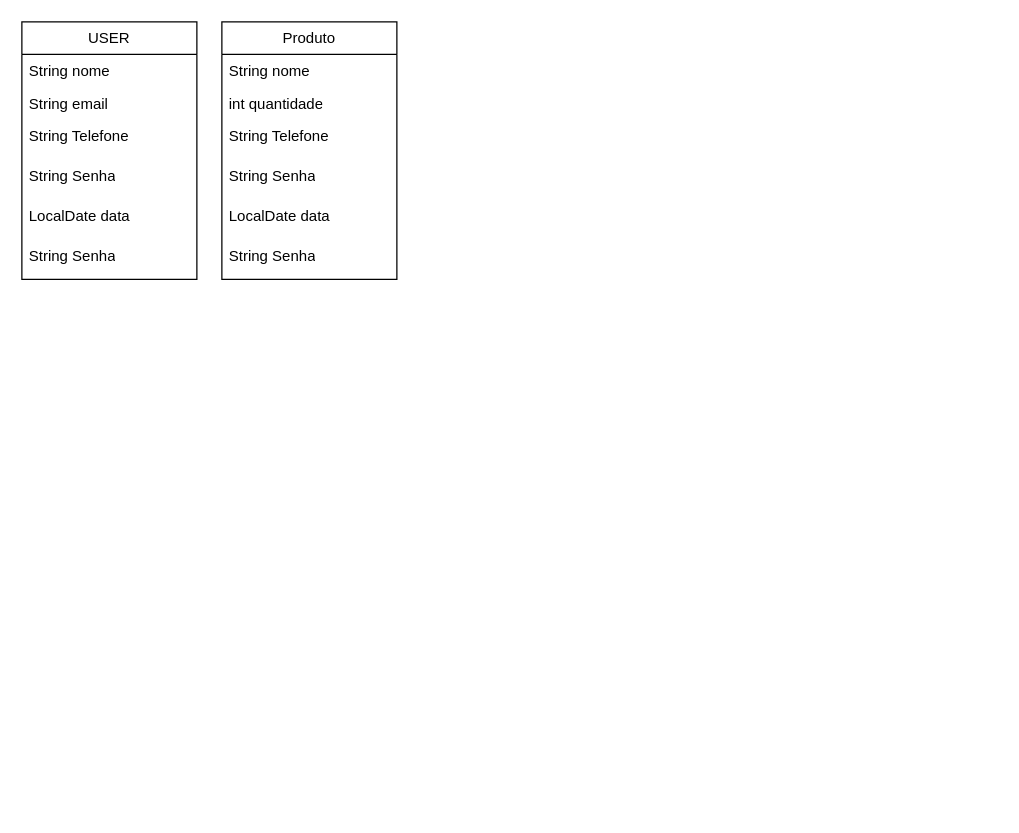
Earlier version of the draw.io diagram Projeto Venda.drawio (AdsonFreireVieira/Cadastro_Produto_Empresa_NPlastic). Source tidied: cells renumbered, new cells numbered last; positions are measured from the earlier drawing's top-left corner, leaving out a move shared by most shapes. Both pictures are drawn from the tidied source at 125%, with x=0, y=0 at pixel (21, 21).
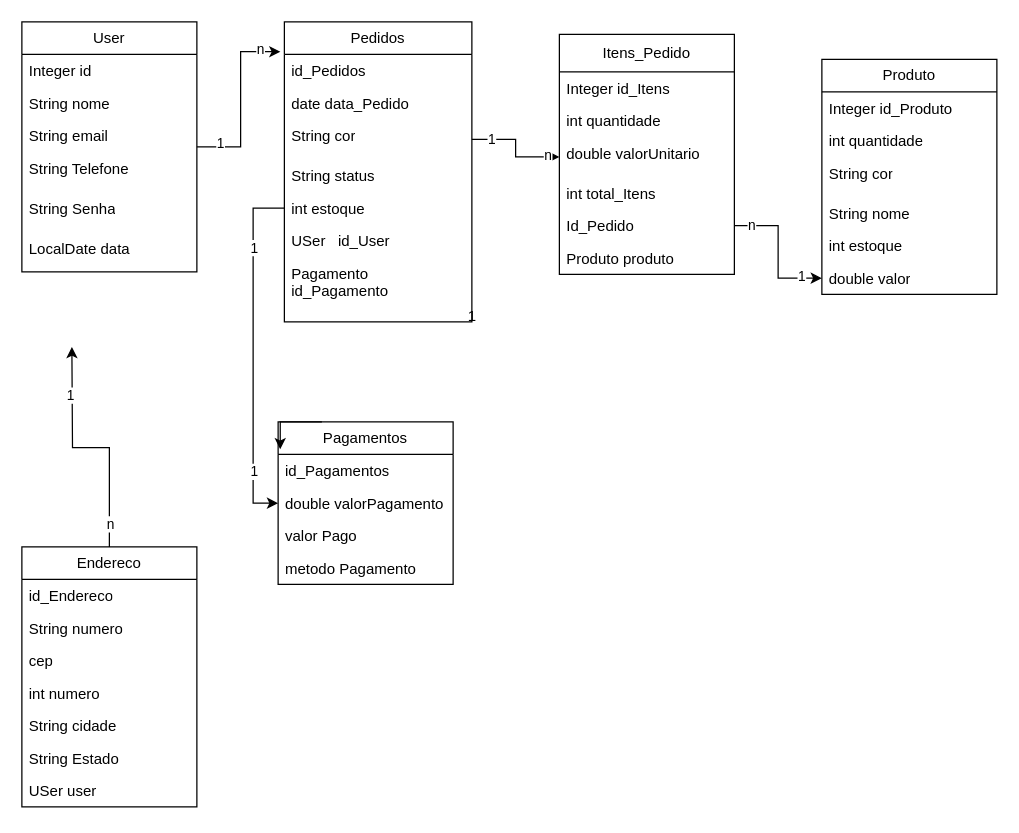
The same diagram, later.

Diff of the diagram source:
```diff
@@
-    <mxCell id="2" value="USER" style="swimlane;fontStyle=0;horizontal=1;startSize=26;fillColor=none;whiteSpace=wrap;html=1;" parent="1" vertex="1">
-      <mxGeometry width="140" height="206" as="geometry" />
+    <mxCell id="2" value="User" style="swimlane;fontStyle=0;horizontal=1;startSize=26;fillColor=none;whiteSpace=wrap;html=1;" parent="1" vertex="1">
+      <mxGeometry width="140" height="200" as="geometry" />
     </mxCell>
+    <mxCell id="16" value="Integer id" style="text;strokeColor=none;fillColor=none;align=left;verticalAlign=top;spacingLeft=4;spacingRight=4;overflow=hidden;whiteSpace=wrap;html=1;" parent="2" vertex="1">
+      <mxGeometry y="26" width="140" height="26" as="geometry" />
+    </mxCell>
     <mxCell id="3" value="String nome" style="text;strokeColor=none;fillColor=none;align=left;verticalAlign=top;spacingLeft=4;spacingRight=4;overflow=hidden;whiteSpace=wrap;html=1;" parent="2" vertex="1">
-      <mxGeometry y="26" width="140" height="26" as="geometry" />
+      <mxGeometry y="52" width="140" height="26" as="geometry" />
     </mxCell>
     <mxCell id="4" value="String email" style="text;strokeColor=none;fillColor=none;align=left;verticalAlign=top;spacingLeft=4;spacingRight=4;overflow=hidden;whiteSpace=wrap;html=1;" parent="2" vertex="1">
-      <mxGeometry y="52" width="140" height="26" as="geometry" />
+      <mxGeometry y="78" width="140" height="26" as="geometry" />
     </mxCell>
     <mxCell id="5" value="String Telefone&lt;div&gt;&lt;br&gt;&lt;/div&gt;" style="text;strokeColor=none;fillColor=none;align=left;verticalAlign=top;spacingLeft=4;spacingRight=4;overflow=hidden;whiteSpace=wrap;html=1;" parent="2" vertex="1">
-      <mxGeometry y="78" width="140" height="32" as="geometry" />
+      <mxGeometry y="104" width="140" height="32" as="geometry" />
     </mxCell>
     <mxCell id="6" value="String Senha&lt;div&gt;&lt;br&gt;&lt;div&gt;&lt;br&gt;&lt;/div&gt;&lt;/div&gt;" style="text;strokeColor=none;fillColor=none;align=left;verticalAlign=top;spacingLeft=4;spacingRight=4;overflow=hidden;whiteSpace=wrap;html=1;" parent="2" vertex="1">
-      <mxGeometry y="110" width="140" height="32" as="geometry" />
+      <mxGeometry y="136" width="140" height="32" as="geometry" />
     </mxCell>
     <mxCell id="7" value="&lt;div&gt;LocalDate data&lt;br&gt;&lt;div&gt;&lt;br&gt;&lt;/div&gt;&lt;/div&gt;" style="text;strokeColor=none;fillColor=none;align=left;verticalAlign=top;spacingLeft=4;spacingRight=4;overflow=hidden;whiteSpace=wrap;html=1;" parent="2" vertex="1">
-      <mxGeometry y="142" width="140" height="32" as="geometry" />
+      <mxGeometry y="168" width="140" height="32" as="geometry" />
     </mxCell>
-    <mxCell id="8" value="String Senha&lt;div&gt;&lt;br&gt;&lt;div&gt;&lt;br&gt;&lt;/div&gt;&lt;/div&gt;" style="text;strokeColor=none;fillColor=none;align=left;verticalAlign=top;spacingLeft=4;spacingRight=4;overflow=hidden;whiteSpace=wrap;html=1;" parent="2" vertex="1">
-      <mxGeometry y="174" width="140" height="32" as="geometry" />
-    </mxCell>
     <mxCell id="9" value="Produto" style="swimlane;fontStyle=0;horizontal=1;startSize=26;fillColor=none;whiteSpace=wrap;html=1;" parent="1" vertex="1">
-      <mxGeometry x="160" width="140" height="206" as="geometry" />
+      <mxGeometry x="640" y="30" width="140" height="188" as="geometry" />
     </mxCell>
-    <mxCell id="10" value="String nome" style="text;strokeColor=none;fillColor=none;align=left;verticalAlign=top;spacingLeft=4;spacingRight=4;overflow=hidden;whiteSpace=wrap;html=1;" parent="9" vertex="1">
+    <mxCell id="10" value="Integer id_Produto" style="text;strokeColor=none;fillColor=none;align=left;verticalAlign=top;spacingLeft=4;spacingRight=4;overflow=hidden;whiteSpace=wrap;html=1;" parent="9" vertex="1">
       <mxGeometry y="26" width="140" height="26" as="geometry" />
     </mxCell>
@@
-    <mxCell id="12" value="String Telefone&lt;div&gt;&lt;br&gt;&lt;/div&gt;" style="text;strokeColor=none;fillColor=none;align=left;verticalAlign=top;spacingLeft=4;spacingRight=4;overflow=hidden;whiteSpace=wrap;html=1;" parent="9" vertex="1">
+    <mxCell id="12" value="String cor" style="text;strokeColor=none;fillColor=none;align=left;verticalAlign=top;spacingLeft=4;spacingRight=4;overflow=hidden;whiteSpace=wrap;html=1;" parent="9" vertex="1">
       <mxGeometry y="78" width="140" height="32" as="geometry" />
     </mxCell>
-    <mxCell id="13" value="String Senha&lt;div&gt;&lt;br&gt;&lt;div&gt;&lt;br&gt;&lt;/div&gt;&lt;/div&gt;" style="text;strokeColor=none;fillColor=none;align=left;verticalAlign=top;spacingLeft=4;spacingRight=4;overflow=hidden;whiteSpace=wrap;html=1;" parent="9" vertex="1">
-      <mxGeometry y="110" width="140" height="32" as="geometry" />
-    </mxCell>
-    <mxCell id="14" value="&lt;div&gt;LocalDate data&lt;br&gt;&lt;div&gt;&lt;br&gt;&lt;/div&gt;&lt;/div&gt;" style="text;strokeColor=none;fillColor=none;align=left;verticalAlign=top;spacingLeft=4;spacingRight=4;overflow=hidden;whiteSpace=wrap;html=1;" parent="9" vertex="1">
-      <mxGeometry y="142" width="140" height="32" as="geometry" />
-    </mxCell>
-    <mxCell id="15" value="String Senha&lt;div&gt;&lt;br&gt;&lt;div&gt;&lt;br&gt;&lt;/div&gt;&lt;/div&gt;" style="text;strokeColor=none;fillColor=none;align=left;verticalAlign=top;spacingLeft=4;spacingRight=4;overflow=hidden;whiteSpace=wrap;html=1;" parent="9" vertex="1">
-      <mxGeometry y="174" width="140" height="32" as="geometry" />
-    </mxCell>
+    <mxCell id="17" value="String nome" style="text;strokeColor=none;fillColor=none;align=left;verticalAlign=top;spacingLeft=4;spacingRight=4;overflow=hidden;whiteSpace=wrap;html=1;" parent="9" vertex="1">
+      <mxGeometry y="110" width="140" height="26" as="geometry" />
+    </mxCell>
+    <mxCell id="18" value="int estoque" style="text;strokeColor=none;fillColor=none;align=left;verticalAlign=top;spacingLeft=4;spacingRight=4;overflow=hidden;whiteSpace=wrap;html=1;" parent="9" vertex="1">
+      <mxGeometry y="136" width="140" height="26" as="geometry" />
+    </mxCell>
+    <mxCell id="19" value="double valor&lt;div&gt;&lt;br&gt;&lt;/div&gt;" style="text;strokeColor=none;fillColor=none;align=left;verticalAlign=top;spacingLeft=4;spacingRight=4;overflow=hidden;points=[[0,0.5],[1,0.5]];portConstraint=eastwest;whiteSpace=wrap;html=1;" parent="9" vertex="1">
+      <mxGeometry y="162" width="140" height="26" as="geometry" />
+    </mxCell>
+    <mxCell id="20" value="Pedidos" style="swimlane;fontStyle=0;horizontal=1;startSize=26;fillColor=none;whiteSpace=wrap;html=1;" parent="1" vertex="1">
+      <mxGeometry x="210" width="150" height="240" as="geometry" />
+    </mxCell>
+    <mxCell id="21" value="id_Pedidos" style="text;strokeColor=none;fillColor=none;align=left;verticalAlign=top;spacingLeft=4;spacingRight=4;overflow=hidden;points=[[0,0.5],[1,0.5]];portConstraint=eastwest;whiteSpace=wrap;html=1;" parent="20" vertex="1">
+      <mxGeometry y="26" width="150" height="26" as="geometry" />
+    </mxCell>
+    <mxCell id="22" value="date data_Pedido" style="text;strokeColor=none;fillColor=none;align=left;verticalAlign=top;spacingLeft=4;spacingRight=4;overflow=hidden;whiteSpace=wrap;html=1;" parent="20" vertex="1">
+      <mxGeometry y="52" width="150" height="26" as="geometry" />
+    </mxCell>
+    <mxCell id="23" value="String cor" style="text;strokeColor=none;fillColor=none;align=left;verticalAlign=top;spacingLeft=4;spacingRight=4;overflow=hidden;points=[[0,0.5],[1,0.5]];portConstraint=eastwest;whiteSpace=wrap;html=1;" parent="20" vertex="1">
+      <mxGeometry y="78" width="150" height="32" as="geometry" />
+    </mxCell>
+    <mxCell id="24" value="String status" style="text;strokeColor=none;fillColor=none;align=left;verticalAlign=top;spacingLeft=4;spacingRight=4;overflow=hidden;whiteSpace=wrap;html=1;" parent="20" vertex="1">
+      <mxGeometry y="110" width="150" height="26" as="geometry" />
+    </mxCell>
+    <mxCell id="25" value="int estoque" style="text;strokeColor=none;fillColor=none;align=left;verticalAlign=top;spacingLeft=4;spacingRight=4;overflow=hidden;points=[[0,0.5],[1,0.5]];portConstraint=eastwest;whiteSpace=wrap;html=1;" parent="20" vertex="1">
+      <mxGeometry y="136" width="150" height="26" as="geometry" />
+    </mxCell>
+    <mxCell id="26" value="USer&amp;nbsp; &amp;nbsp;id_User" style="text;strokeColor=none;fillColor=none;align=left;verticalAlign=top;spacingLeft=4;spacingRight=4;overflow=hidden;whiteSpace=wrap;html=1;" parent="20" vertex="1">
+      <mxGeometry y="162" width="150" height="26" as="geometry" />
+    </mxCell>
+    <mxCell id="27" value="Pagamento id_Pagamento" style="text;strokeColor=none;fillColor=none;align=left;verticalAlign=top;spacingLeft=4;spacingRight=4;overflow=hidden;whiteSpace=wrap;html=1;" parent="20" vertex="1">
+      <mxGeometry y="188" width="150" height="52" as="geometry" />
+    </mxCell>
+    <mxCell id="28" value="Pagamentos" style="swimlane;fontStyle=0;horizontal=1;startSize=26;fillColor=none;whiteSpace=wrap;html=1;" parent="1" vertex="1">
+      <mxGeometry x="205" y="320" width="140" height="130" as="geometry" />
+    </mxCell>
+    <mxCell id="29" value="id_Pagamentos" style="text;strokeColor=none;fillColor=none;align=left;verticalAlign=top;spacingLeft=4;spacingRight=4;overflow=hidden;whiteSpace=wrap;html=1;" parent="28" vertex="1">
+      <mxGeometry y="26" width="140" height="26" as="geometry" />
+    </mxCell>
+    <mxCell id="30" value="double valorPagamento" style="text;strokeColor=none;fillColor=none;align=left;verticalAlign=top;spacingLeft=4;spacingRight=4;overflow=hidden;points=[[0,0.5],[1,0.5]];portConstraint=eastwest;whiteSpace=wrap;html=1;" parent="28" vertex="1">
+      <mxGeometry y="52" width="140" height="26" as="geometry" />
+    </mxCell>
+    <mxCell id="31" value="valor Pago" style="text;strokeColor=none;fillColor=none;align=left;verticalAlign=top;spacingLeft=4;spacingRight=4;overflow=hidden;whiteSpace=wrap;html=1;" parent="28" vertex="1">
+      <mxGeometry y="78" width="140" height="26" as="geometry" />
+    </mxCell>
+    <mxCell id="32" value="metodo Pagamento" style="text;strokeColor=none;fillColor=none;align=left;verticalAlign=top;spacingLeft=4;spacingRight=4;overflow=hidden;whiteSpace=wrap;html=1;" parent="28" vertex="1">
+      <mxGeometry y="104" width="140" height="26" as="geometry" />
+    </mxCell>
+    <mxCell id="33" style="edgeStyle=orthogonalEdgeStyle;rounded=0;orthogonalLoop=1;jettySize=auto;html=1;exitX=0.25;exitY=0;exitDx=0;exitDy=0;entryX=0.012;entryY=0.169;entryDx=0;entryDy=0;entryPerimeter=0;" parent="1" edge="1" source="28" target="28">
+      <mxGeometry relative="1" as="geometry" />
+    </mxCell>
+    <mxCell id="34" style="edgeStyle=orthogonalEdgeStyle;rounded=0;jettySize=auto;html=1;entryX=-0.021;entryY=-0.083;entryDx=0;entryDy=0;entryPerimeter=0;" parent="1" edge="1" source="2" target="21">
+      <mxGeometry relative="1" as="geometry" />
+    </mxCell>
+    <mxCell id="35" value="1" style="edgeLabel;html=1;align=center;verticalAlign=middle;" parent="34" vertex="1">
+      <mxGeometry x="-0.75" y="4" relative="1" as="geometry" />
+    </mxCell>
+    <mxCell id="36" value="n" style="edgeLabel;html=1;align=center;verticalAlign=middle;" parent="34" vertex="1">
+      <mxGeometry x="0.78" y="2" relative="1" as="geometry" />
+    </mxCell>
+    <mxCell id="37" value="1&lt;div&gt;&lt;br&gt;&lt;/div&gt;" style="text;html=1;align=center;verticalAlign=middle;strokeColor=none;fillColor=none;" parent="1" vertex="1">
+      <mxGeometry x="345" y="223" width="30" height="40" as="geometry" />
+    </mxCell>
+    <mxCell id="38" value="Itens_Pedido" style="swimlane;fontStyle=0;horizontal=1;startSize=30;fillColor=none;whiteSpace=wrap;html=1;" parent="1" vertex="1">
+      <mxGeometry x="430" y="10" width="140" height="192" as="geometry" />
+    </mxCell>
+    <mxCell id="39" value="Integer id_Itens" style="text;strokeColor=none;fillColor=none;align=left;verticalAlign=top;spacingLeft=4;spacingRight=4;overflow=hidden;whiteSpace=wrap;html=1;" parent="38" vertex="1">
+      <mxGeometry y="30" width="140" height="26" as="geometry" />
+    </mxCell>
+    <mxCell id="40" value="int quantidade" style="text;strokeColor=none;fillColor=none;align=left;verticalAlign=top;spacingLeft=4;spacingRight=4;overflow=hidden;whiteSpace=wrap;html=1;" parent="38" vertex="1">
+      <mxGeometry y="56" width="140" height="26" as="geometry" />
+    </mxCell>
+    <mxCell id="41" value="double valorUnitario" style="text;strokeColor=none;fillColor=none;align=left;verticalAlign=top;spacingLeft=4;spacingRight=4;overflow=hidden;points=[[0,0.5],[1,0.5]];portConstraint=eastwest;whiteSpace=wrap;html=1;" parent="38" vertex="1">
+      <mxGeometry y="82" width="140" height="32" as="geometry" />
+    </mxCell>
+    <mxCell id="42" value="int total_Itens" style="text;strokeColor=none;fillColor=none;align=left;verticalAlign=top;spacingLeft=4;spacingRight=4;overflow=hidden;whiteSpace=wrap;html=1;" parent="38" vertex="1">
+      <mxGeometry y="114" width="140" height="26" as="geometry" />
+    </mxCell>
+    <mxCell id="43" value="Id_Pedido" style="text;strokeColor=none;fillColor=none;align=left;verticalAlign=top;spacingLeft=4;spacingRight=4;overflow=hidden;points=[[0,0.5],[1,0.5]];portConstraint=eastwest;whiteSpace=wrap;html=1;" parent="38" vertex="1">
+      <mxGeometry y="140" width="140" height="26" as="geometry" />
+    </mxCell>
+    <mxCell id="44" value="Produto produto" style="text;strokeColor=none;fillColor=none;align=left;verticalAlign=top;spacingLeft=4;spacingRight=4;overflow=hidden;whiteSpace=wrap;html=1;" parent="38" vertex="1">
+      <mxGeometry y="166" width="140" height="26" as="geometry" />
+    </mxCell>
+    <mxCell id="45" style="edgeStyle=orthogonalEdgeStyle;rounded=0;jettySize=auto;html=1;" parent="1" edge="1" source="23" target="41">
+      <mxGeometry relative="1" as="geometry" />
+    </mxCell>
+    <mxCell id="46" value="1" style="edgeLabel;html=1;align=center;verticalAlign=middle;" parent="45" vertex="1">
+      <mxGeometry x="-0.64" y="1" relative="1" as="geometry" />
+    </mxCell>
+    <mxCell id="47" value="n" style="edgeLabel;html=1;align=center;verticalAlign=middle;" parent="45" vertex="1">
+      <mxGeometry x="0.75" y="2" relative="1" as="geometry" />
+    </mxCell>
+    <mxCell id="48" style="edgeStyle=orthogonalEdgeStyle;rounded=0;jettySize=auto;html=1;entryX=0;entryY=0.5;entryDx=0;entryDy=0;" parent="1" edge="1" source="43" target="19">
+      <mxGeometry relative="1" as="geometry" />
+    </mxCell>
+    <mxCell id="49" value="n" style="edgeLabel;html=1;align=center;verticalAlign=middle;" parent="48" vertex="1">
+      <mxGeometry x="-0.77" y="1" relative="1" as="geometry" />
+    </mxCell>
+    <mxCell id="50" value="1" style="edgeLabel;html=1;align=center;verticalAlign=middle;" parent="48" vertex="1">
+      <mxGeometry x="0.69" y="2" relative="1" as="geometry" />
+    </mxCell>
+    <mxCell id="51" style="edgeStyle=orthogonalEdgeStyle;rounded=0;jettySize=auto;html=1;entryX=0;entryY=0.5;entryDx=0;entryDy=0;" parent="1" edge="1" source="25" target="30">
+      <mxGeometry relative="1" as="geometry" />
+    </mxCell>
+    <mxCell id="52" value="1" style="edgeLabel;html=1;align=center;verticalAlign=middle;" parent="51" vertex="1">
+      <mxGeometry x="-0.6" relative="1" as="geometry" />
+    </mxCell>
+    <mxCell id="53" value="1" style="edgeLabel;html=1;align=center;verticalAlign=middle;" parent="51" vertex="1">
+      <mxGeometry x="0.67" relative="1" as="geometry" />
+    </mxCell>
+    <mxCell id="54" style="edgeStyle=orthogonalEdgeStyle;rounded=0;jettySize=auto;html=1;" parent="1" edge="1" source="57">
+      <mxGeometry relative="1" as="geometry">
+        <mxPoint x="40" y="260" as="targetPoint" />
+      </mxGeometry>
+    </mxCell>
+    <mxCell id="55" value="1" style="edgeLabel;html=1;align=center;verticalAlign=middle;" parent="54" vertex="1">
+      <mxGeometry x="0.59" y="2" relative="1" as="geometry" />
+    </mxCell>
+    <mxCell id="56" value="n" style="edgeLabel;html=1;align=center;verticalAlign=middle;" parent="54" vertex="1">
+      <mxGeometry x="-0.8" relative="1" as="geometry" />
+    </mxCell>
+    <mxCell id="57" value="Endereco" style="swimlane;fontStyle=0;horizontal=1;startSize=26;fillColor=none;whiteSpace=wrap;html=1;" parent="1" vertex="1">
+      <mxGeometry y="420" width="140" height="208" as="geometry" />
+    </mxCell>
+    <mxCell id="58" value="id_Endereco" style="text;strokeColor=none;fillColor=none;align=left;verticalAlign=top;spacingLeft=4;spacingRight=4;overflow=hidden;whiteSpace=wrap;html=1;" parent="57" vertex="1">
+      <mxGeometry y="26" width="140" height="26" as="geometry" />
+    </mxCell>
+    <mxCell id="59" value="String numero" style="text;strokeColor=none;fillColor=none;align=left;verticalAlign=top;spacingLeft=4;spacingRight=4;overflow=hidden;whiteSpace=wrap;html=1;" parent="57" vertex="1">
+      <mxGeometry y="52" width="140" height="26" as="geometry" />
+    </mxCell>
+    <mxCell id="60" value="cep" style="text;strokeColor=none;fillColor=none;align=left;verticalAlign=top;spacingLeft=4;spacingRight=4;overflow=hidden;whiteSpace=wrap;html=1;" parent="57" vertex="1">
+      <mxGeometry y="78" width="140" height="26" as="geometry" />
+    </mxCell>
+    <mxCell id="61" value="int numero" style="text;strokeColor=none;fillColor=none;align=left;verticalAlign=top;spacingLeft=4;spacingRight=4;overflow=hidden;whiteSpace=wrap;html=1;" parent="57" vertex="1">
+      <mxGeometry y="104" width="140" height="26" as="geometry" />
+    </mxCell>
+    <mxCell id="62" value="String cidade" style="text;strokeColor=none;fillColor=none;align=left;verticalAlign=top;spacingLeft=4;spacingRight=4;overflow=hidden;whiteSpace=wrap;html=1;" parent="57" vertex="1">
+      <mxGeometry y="130" width="140" height="26" as="geometry" />
+    </mxCell>
+    <mxCell id="63" value="String Estado" style="text;strokeColor=none;fillColor=none;align=left;verticalAlign=top;spacingLeft=4;spacingRight=4;overflow=hidden;whiteSpace=wrap;html=1;" parent="57" vertex="1">
+      <mxGeometry y="156" width="140" height="26" as="geometry" />
+    </mxCell>
+    <mxCell id="64" value="USer user&lt;div&gt;&lt;br&gt;&lt;/div&gt;" style="text;strokeColor=none;fillColor=none;align=left;verticalAlign=top;spacingLeft=4;spacingRight=4;overflow=hidden;whiteSpace=wrap;html=1;" parent="57" vertex="1">
+      <mxGeometry y="182" width="140" height="26" as="geometry" />
+    </mxCell>
```
